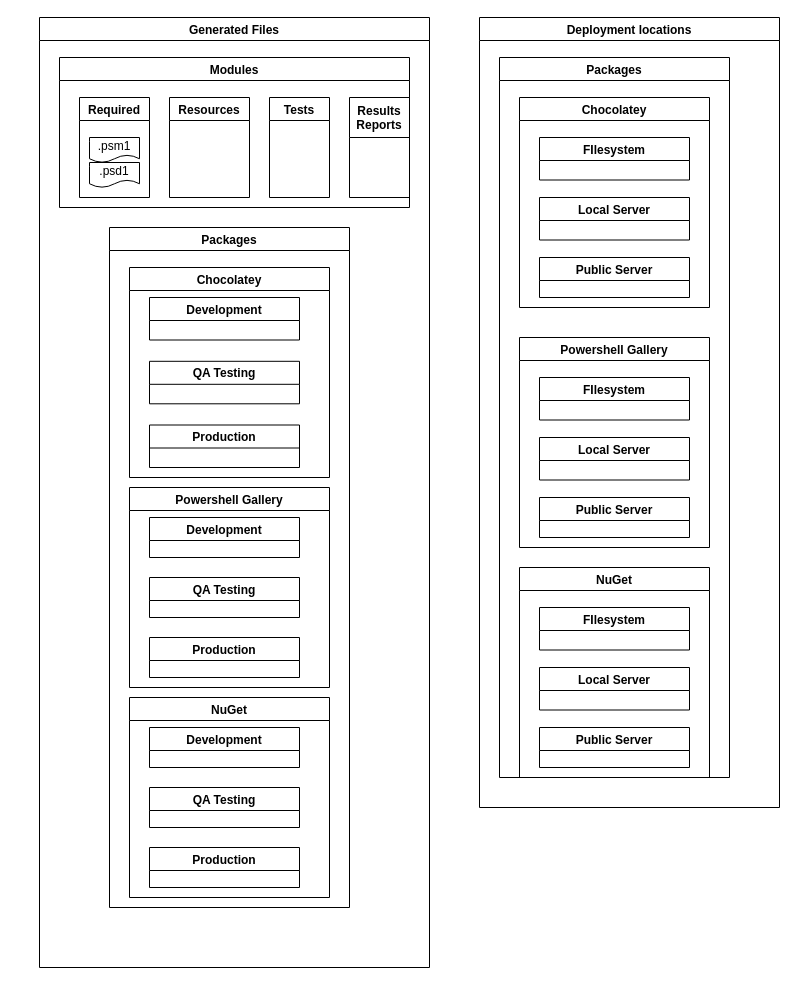
This is src/ATAP.Utilities.BuildTooling.PowerShell/Documentation/RepositoryStructures.drawio from BillHertzing/ATAP.Utilities, a draw.io file, before an edit. Source tidied: cells renumbered, new cells numbered last; positions are measured from the earlier drawing's top-left corner, leaving out a move shared by most shapes. Both pictures are drawn from the tidied source at 100%, with x=0, y=0 at pixel (39, 17).
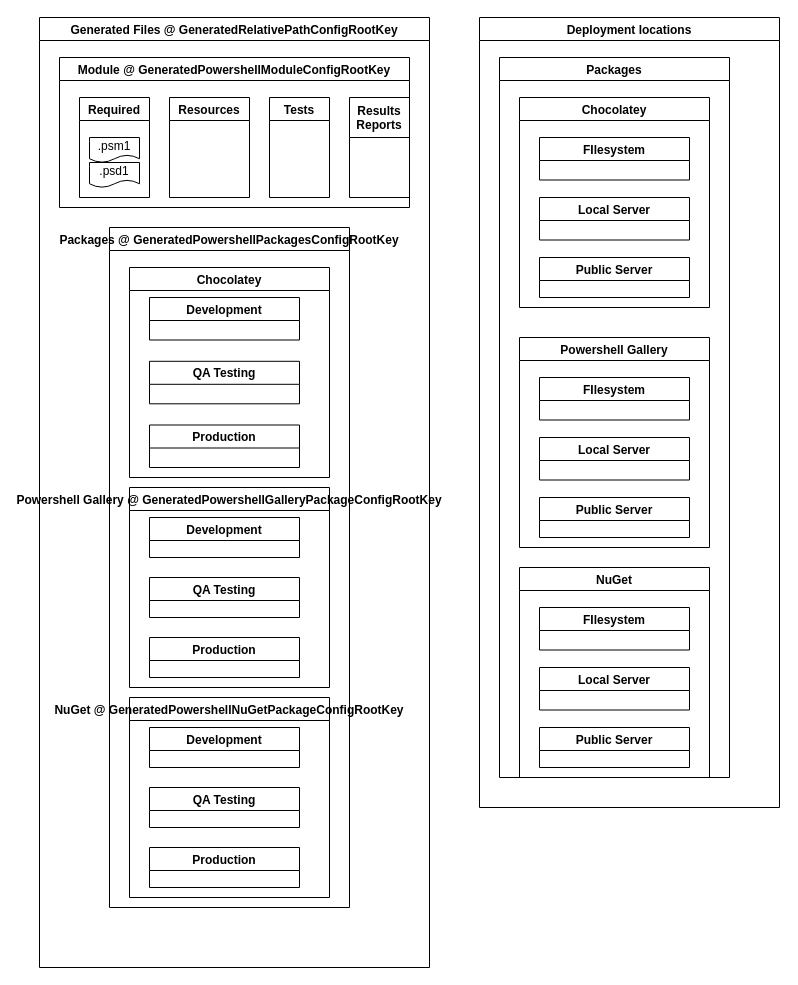
The same page after the edit.

Change to the diagram source:
```diff
@@
-    <mxCell id="2" value="Generated Files" style="swimlane;" parent="1" vertex="1">
+    <mxCell id="2" value="Generated Files @ GeneratedRelativePathConfigRootKey" style="swimlane;" parent="1" vertex="1">
       <mxGeometry width="390" height="950" as="geometry" />
     </mxCell>
-    <mxCell id="3" value="Modules" style="swimlane;startSize=23;" parent="2" vertex="1">
+    <mxCell id="3" value="Module @ GeneratedPowershellModuleConfigRootKey" style="swimlane;startSize=23;" parent="2" vertex="1">
       <mxGeometry x="20" y="40" width="350" height="150" as="geometry" />
     </mxCell>
@@
-    <mxCell id="11" value="Packages" style="swimlane;startSize=23;" parent="2" vertex="1">
+    <mxCell id="11" value="Packages @ GeneratedPowershellPackagesConfigRootKey" style="swimlane;startSize=23;" parent="2" vertex="1">
       <mxGeometry x="70" y="210" width="240" height="680" as="geometry" />
     </mxCell>
-    <mxCell id="12" value="Powershell Gallery" style="swimlane;startSize=23;" parent="11" vertex="1">
+    <mxCell id="12" value="Powershell Gallery @ GeneratedPowershellGalleryPackageConfigRootKey" style="swimlane;startSize=23;" parent="11" vertex="1">
       <mxGeometry x="20" y="260" width="200" height="200" as="geometry" />
     </mxCell>
@@
-    <mxCell id="22" value="NuGet" style="swimlane;startSize=23;" parent="11" vertex="1">
+    <mxCell id="22" value="NuGet @ GeneratedPowershellNuGetPackageConfigRootKey" style="swimlane;startSize=23;" parent="11" vertex="1">
       <mxGeometry x="20" y="470" width="200" height="200" as="geometry" />
     </mxCell>
```
